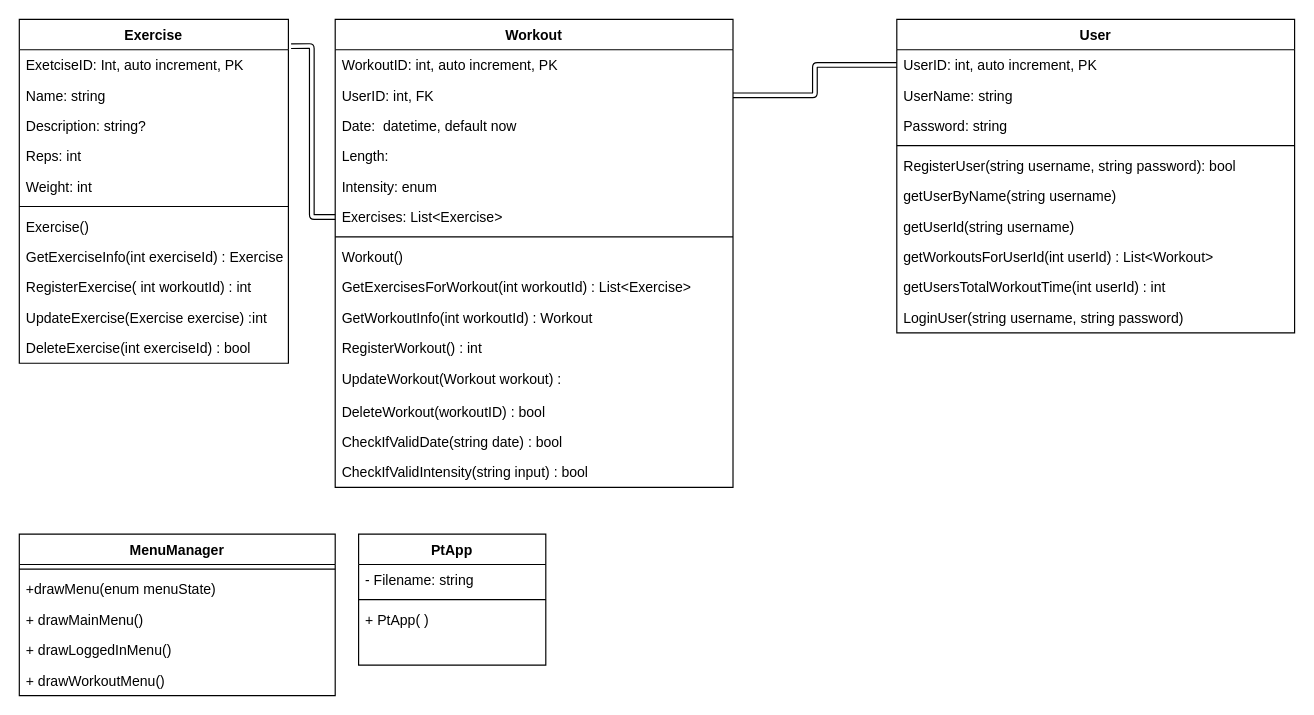
The draw.io diagram Drawio/klassdiagram.drawio in ispyspiders/projekt, before the edit. Source tidied: cells renumbered, new cells numbered last; positions are measured from the earlier drawing's top-left corner, leaving out a move shared by most shapes. Both pictures are drawn from the tidied source at 117%, with x=0, y=0 at pixel (19, 19).
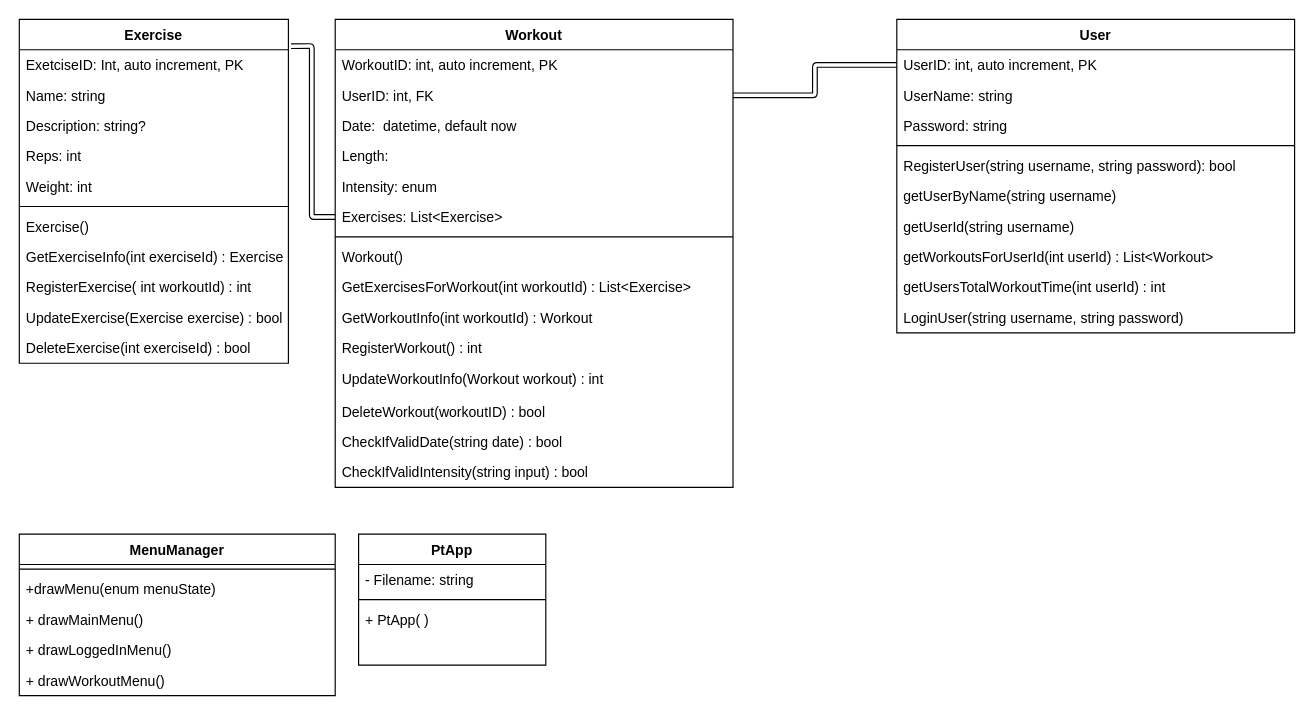
Above is the later version.

The change refers to these unchanged cells:
```xml
<mxCell id="3" value="Exercise" style="swimlane;fontStyle=1;align=center;verticalAlign=top;horizontal=1;startSize=26;" parent="1" vertex="1">
  <mxGeometry width="230" height="294" as="geometry" />
</mxCell>
<mxCell id="15" value="Workout" style="swimlane;fontStyle=1;align=center;verticalAlign=top;horizontal=1;startSize=26;" parent="1" vertex="1">
  <mxGeometry x="270" width="340" height="400" as="geometry" />
</mxCell>
```

Diff of the diagram source:
```diff
@@
-    <mxCell id="13" value="UpdateExercise(Exercise exercise) :int" style="text;strokeColor=none;fillColor=none;align=left;verticalAlign=top;spacingLeft=4;spacingRight=4;overflow=hidden;" parent="3" vertex="1">
+    <mxCell id="13" value="UpdateExercise(Exercise exercise) : bool" style="text;strokeColor=none;fillColor=none;align=left;verticalAlign=top;spacingLeft=4;spacingRight=4;overflow=hidden;" parent="3" vertex="1">
       <mxGeometry y="242" width="230" height="26" as="geometry" />
     </mxCell>
@@
-    <mxCell id="27" value="UpdateWorkout(Workout workout) : " style="text;strokeColor=none;fillColor=none;align=left;verticalAlign=top;spacingLeft=4;spacingRight=4;overflow=hidden;" parent="15" vertex="1">
+    <mxCell id="27" value="UpdateWorkoutInfo(Workout workout) : int" style="text;strokeColor=none;fillColor=none;align=left;verticalAlign=top;spacingLeft=4;spacingRight=4;overflow=hidden;" parent="15" vertex="1">
       <mxGeometry y="294" width="340" height="28" as="geometry" />
     </mxCell>
```
